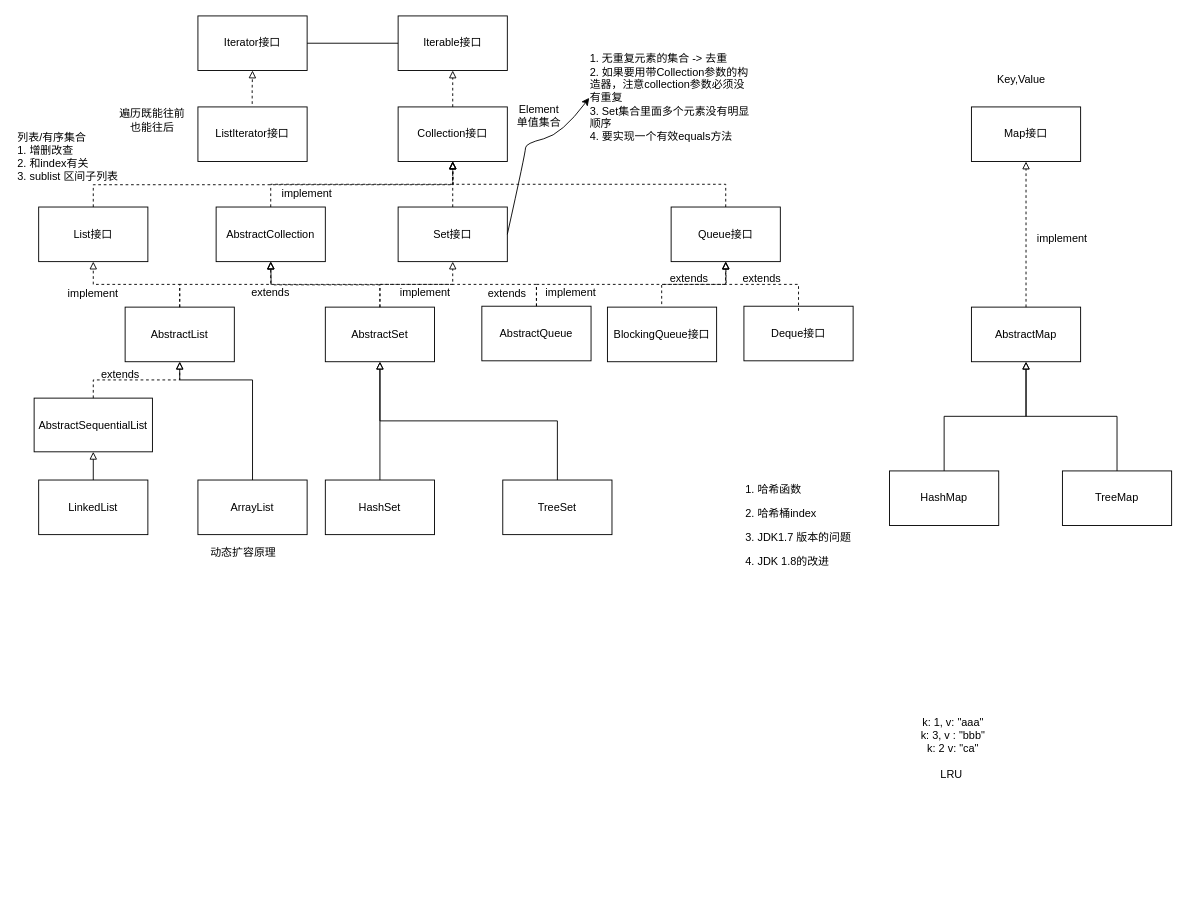
The draw.io diagram collections.drawio in zhangge208/LearningJava, before the edit. Source tidied: cells renumbered, new cells numbered last; positions are measured from the earlier drawing's top-left corner, leaving out a move shared by most shapes. Both pictures are drawn from the tidied source at 91%, with x=0, y=0 at pixel (15, 15).
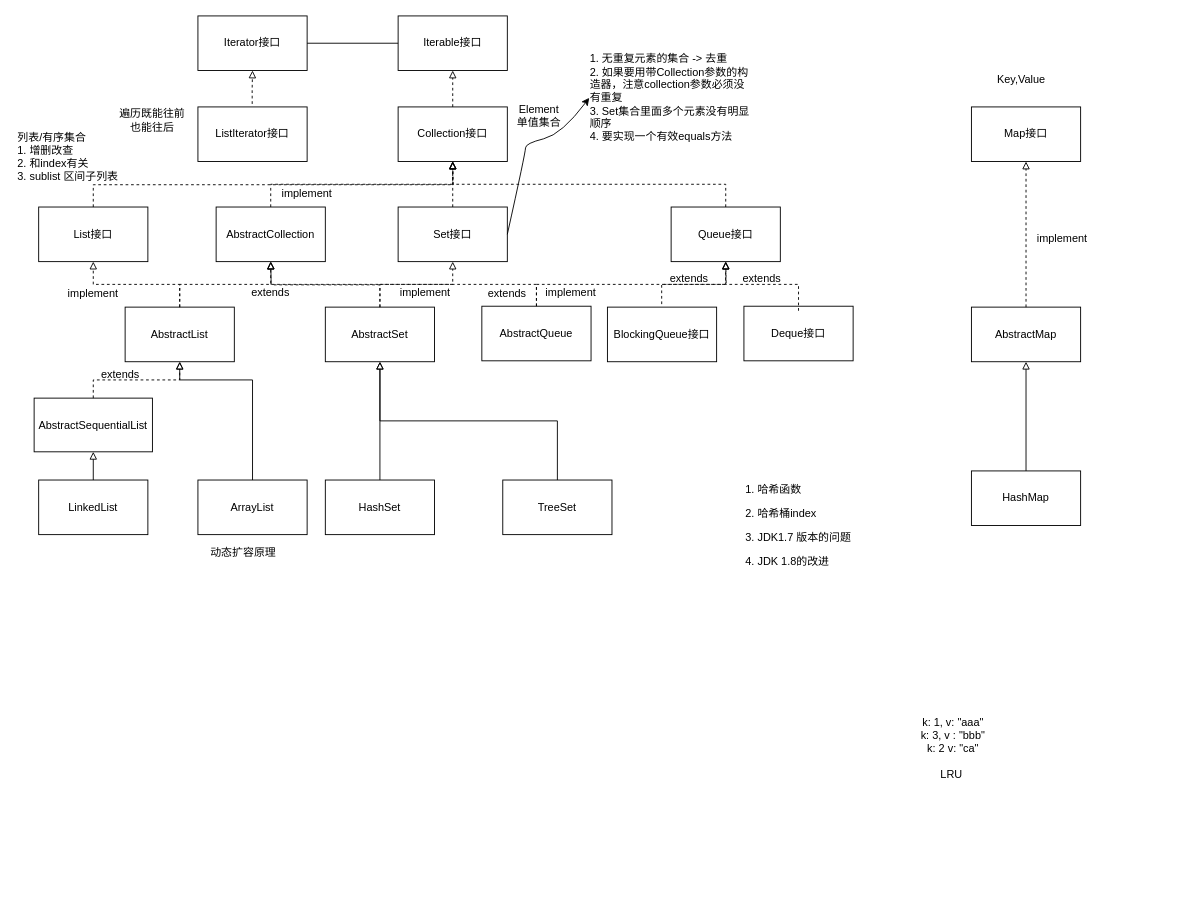
Above is the later version.

The change refers to these unchanged cells:
```xml
<mxCell id="56" value="AbstractMap" style="rounded=0;whiteSpace=wrap;html=1;" parent="1" vertex="1">
  <mxGeometry x="1050" y="320" width="120" height="60" as="geometry" />
</mxCell>
```

Diff of the diagram source:
```diff
@@
     <mxCell id="10" value="HashMap" style="rounded=0;whiteSpace=wrap;html=1;" parent="1" vertex="1">
-      <mxGeometry x="960" y="500" width="120" height="60" as="geometry" />
+      <mxGeometry x="1050" y="500" width="120" height="60" as="geometry" />
     </mxCell>
@@
-    <mxCell id="59" value="TreeMap" style="rounded=0;whiteSpace=wrap;html=1;" parent="1" vertex="1">
-      <mxGeometry x="1150" y="500" width="120" height="60" as="geometry" />
-    </mxCell>
-    <mxCell id="60" style="endArrow=block;endFill=0;shadow=0;strokeWidth=1;rounded=0;edgeStyle=orthogonalEdgeStyle;elbow=vertical;exitX=0.5;exitY=0;exitDx=0;exitDy=0;entryX=0.5;entryY=1;entryDx=0;entryDy=0;" parent="1" edge="1" source="59" target="56">
-      <mxGeometry relative="1" as="geometry" />
-    </mxCell>
```
